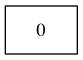
Before: dotG/test2/f=1⊕-x1.dot.png, a diagram exported from Graphviz (fangbq/SFDD). Its source is kept beside it as dotG/test2/f=1⊕-x1.dot. Its diagram source:
```dot
digraph G {
	0 [shape=record, label="0"]
}
```
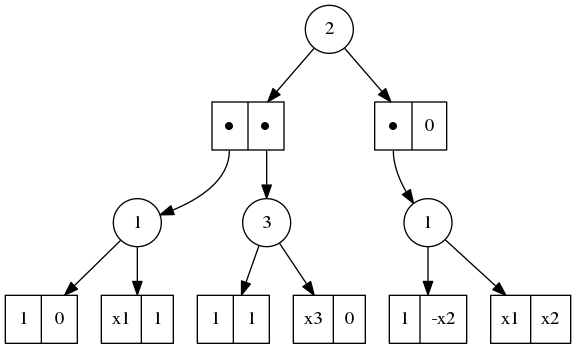
Above is the later version.

Diff of the diagram source:
```diff
@@ -1,3 +1,25 @@
 digraph G {
-	0 [shape=record, label="0"]
+	Dec_0_1 [shape=circle, label="2"]
+	Dec_0_1 -> Ele_1_11
+	Ele_1_11 [shape=record,label="<f0> ●|<f1> ●"]
+	Ele_1_11:f0 -> Dec_2_16
+	Dec_2_16 [shape=circle, label="1"]
+	Dec_2_16 -> Ele_3_27
+	Ele_3_27 [shape=record,label="<f0> 1|<f1> 0"]
+	Dec_2_16 -> Ele_3_28
+	Ele_3_28 [shape=record,label="<f0> x1|<f1> 1"]
+	Ele_1_11:f1 -> Dec_2_17
+	Dec_2_17 [shape=circle, label="3"]
+	Dec_2_17 -> Ele_3_29
+	Ele_3_29 [shape=record,label="<f0> 1|<f1> 1"]
+	Dec_2_17 -> Ele_3_30
+	Ele_3_30 [shape=record,label="<f0> x3|<f1> 0"]
+	Dec_0_1 -> Ele_1_12
+	Ele_1_12 [shape=record,label="<f0> ●|<f1> 0"]
+	Ele_1_12:f0 -> Dec_2_18
+	Dec_2_18 [shape=circle, label="1"]
+	Dec_2_18 -> Ele_3_31
+	Ele_3_31 [shape=record,label="<f0> 1|<f1> -x2"]
+	Dec_2_18 -> Ele_3_32
+	Ele_3_32 [shape=record,label="<f0> x1|<f1> x2"]
 }
```
